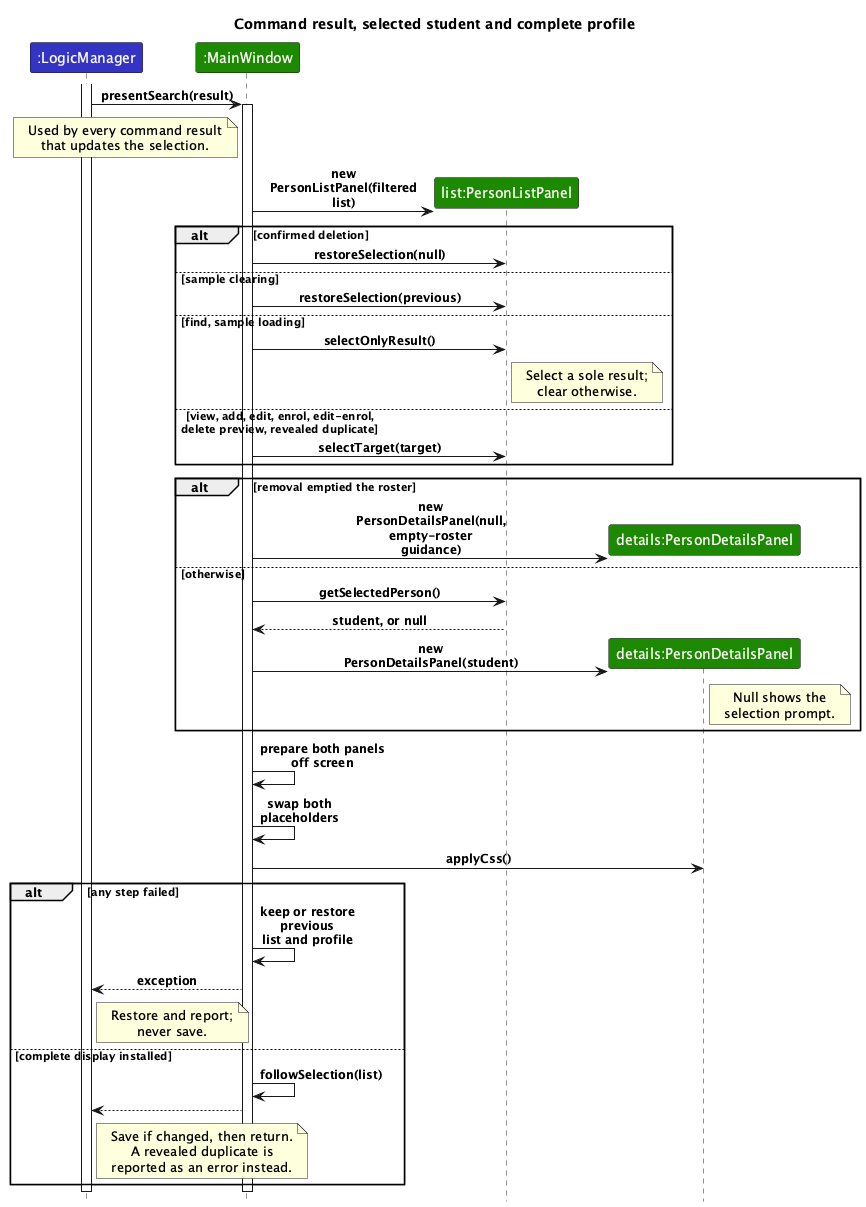
AY2627S1-CS2103T-W09-2/tp keeps this PlantUML diagram as docs/images/ProfilePresentationSequenceDiagram.png. Above is the earlier version.
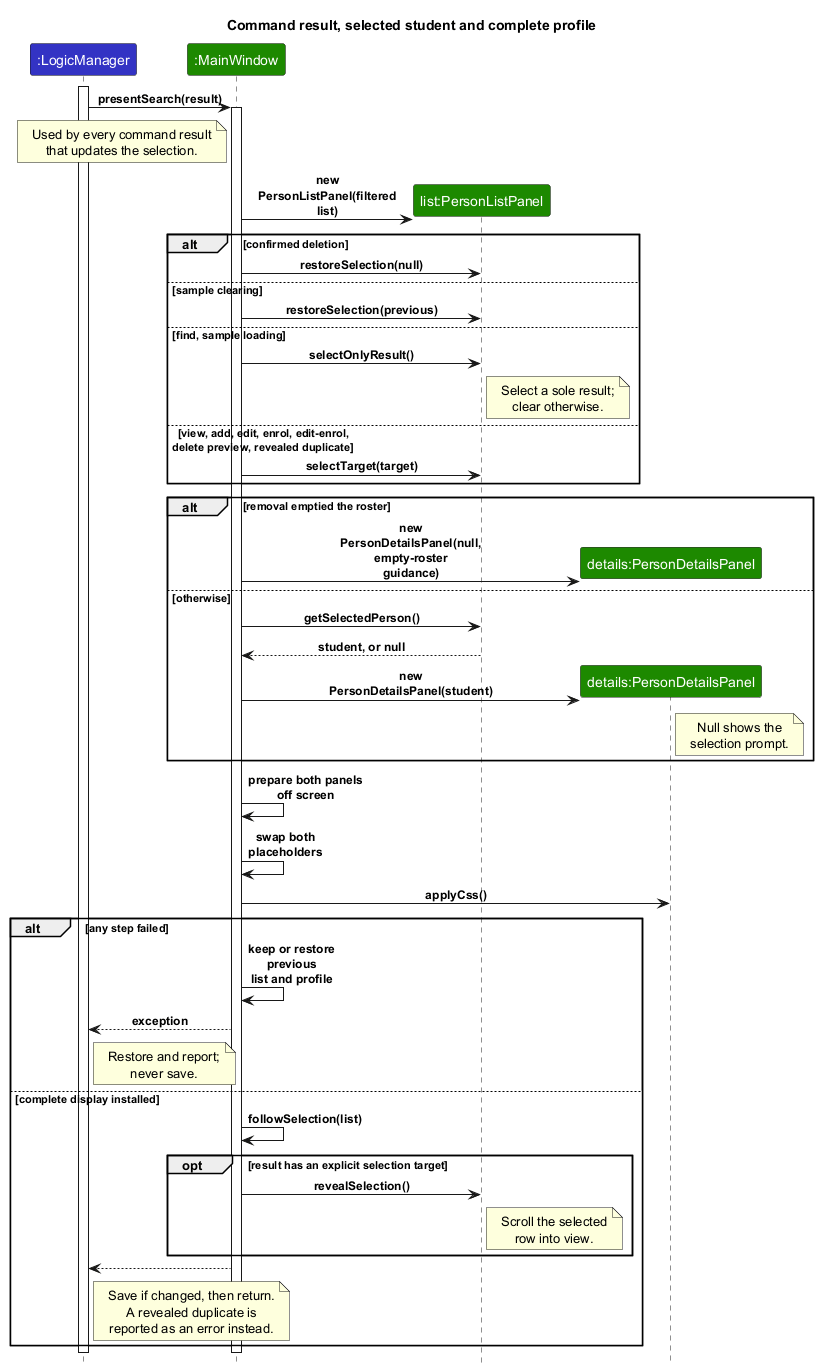
The same file after the commit.

Change to the diagram source:
```diff
@@ -50,6 +50,10 @@
     note right of logic : Restore and report;\nnever save.
 else complete display installed
     window -> window : followSelection(list)
+    opt result has an explicit selection target
+        window -> list : revealSelection()
+        note right of list : Scroll the selected\nrow into view.
+    end
     window --> logic
     note right of logic : Save if changed, then return.\nA revealed duplicate is\nreported as an error instead.
 end
```
